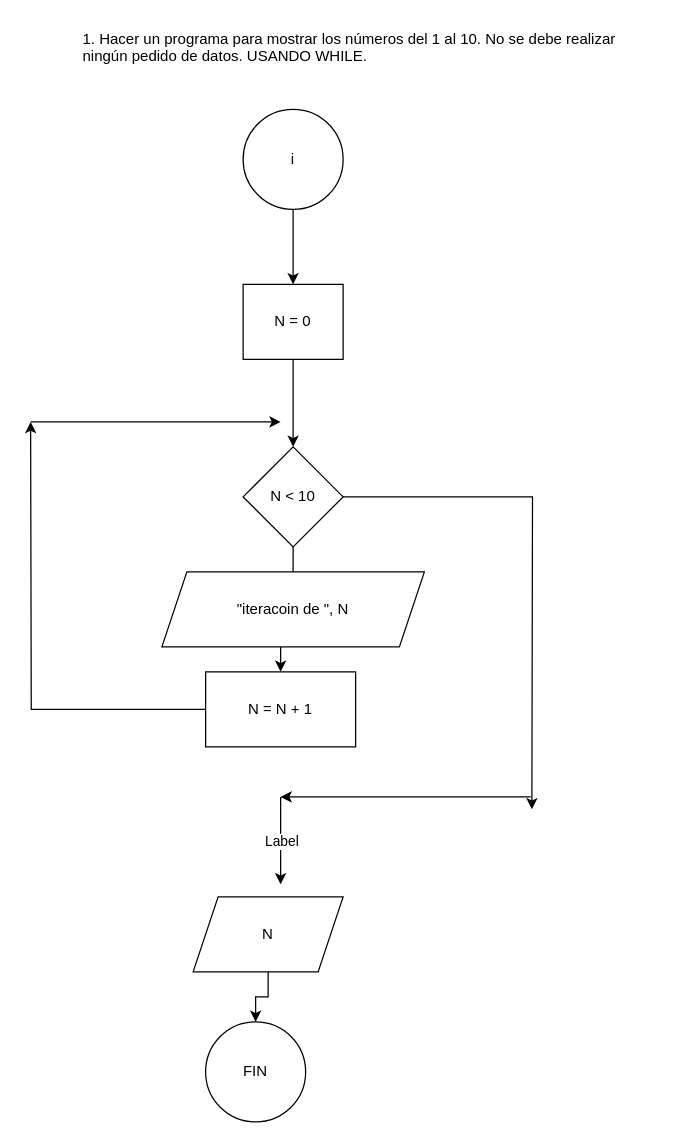
Before: page "Página-1" (1 of 6) of Diagrama sin título.drawio in omaryuri9594/algoritmo_advanced.io, a draw.io diagram. Source tidied: cells renumbered, new cells numbered last; positions are measured from the earlier drawing's top-left corner, leaving out a move shared by most shapes. Both pictures are drawn from the tidied source at 125%, with x=0, y=0 at pixel (30, 21).
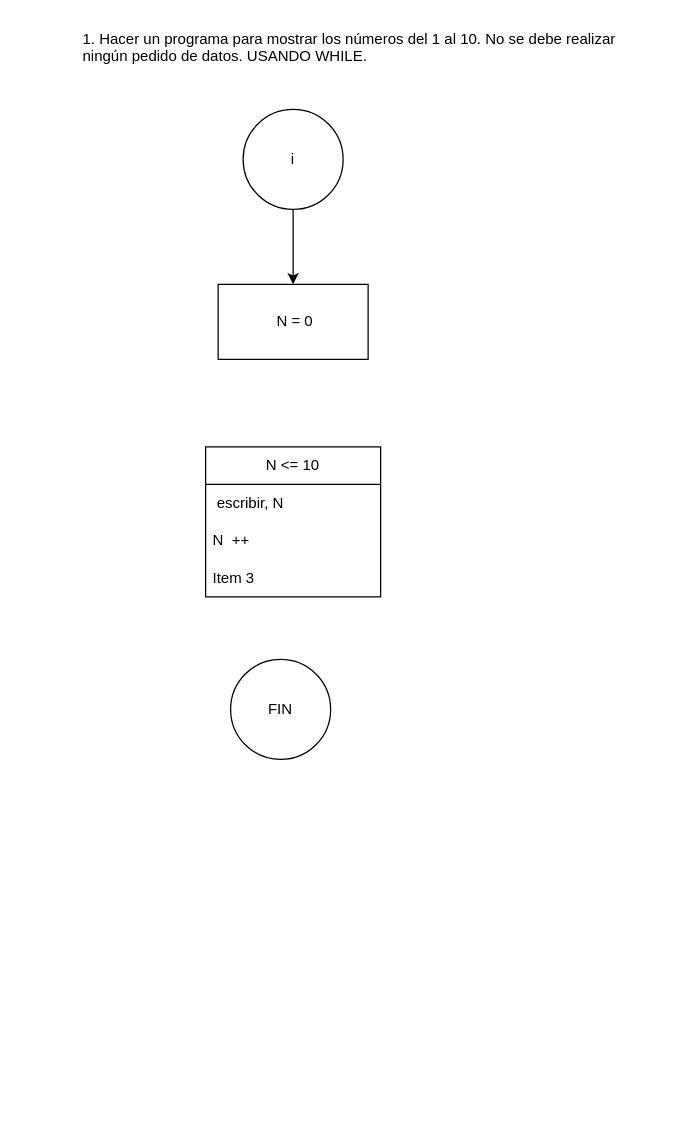
After the change.

Unchanged cells that the change refers to:
```xml
<mxCell id="4" value="i" style="ellipse;whiteSpace=wrap;html=1;" parent="1" vertex="1">
  <mxGeometry x="170" y="70" width="80" height="80" as="geometry" />
</mxCell>
```

The edit, as a diff of the source:
```diff
@@
-    <mxCell id="3" style="edgeStyle=orthogonalEdgeStyle;rounded=0;jettySize=auto;html=1;" parent="1" edge="1" source="4" target="6">
-      <mxGeometry relative="1" as="geometry" />
+    <mxCell id="3" style="edgeStyle=orthogonalEdgeStyle;rounded=0;jettySize=auto;html=1;" parent="1" edge="1" source="4">
+      <mxGeometry relative="1" as="geometry">
+        <mxPoint x="210" y="210" as="targetPoint" />
+      </mxGeometry>
     </mxCell>
@@
-    <mxCell id="5" style="edgeStyle=orthogonalEdgeStyle;rounded=0;jettySize=auto;html=1;" parent="1" edge="1" source="6" target="11">
-      <mxGeometry relative="1" as="geometry" />
-    </mxCell>
-    <mxCell id="6" value="N = 0" style="whiteSpace=wrap;html=1;" parent="1" vertex="1">
-      <mxGeometry x="170" y="210" width="80" height="60" as="geometry" />
+    <mxCell id="6" value="&amp;nbsp;N = 0" style="whiteSpace=wrap;html=1;" parent="1" vertex="1">
+      <mxGeometry x="150" y="210" width="120" height="60" as="geometry" />
     </mxCell>
-    <mxCell id="7" style="edgeStyle=orthogonalEdgeStyle;rounded=0;jettySize=auto;html=1;" parent="1" edge="1" source="8" target="19">
-      <mxGeometry relative="1" as="geometry" />
-    </mxCell>
-    <mxCell id="8" value="N" style="shape=parallelogram;perimeter=parallelogramPerimeter;whiteSpace=wrap;html=1;fixedSize=1;" parent="1" vertex="1">
-      <mxGeometry x="130" y="700" width="120" height="60" as="geometry" />
-    </mxCell>
-    <mxCell id="9" style="edgeStyle=orthogonalEdgeStyle;rounded=0;jettySize=auto;html=1;" parent="1" edge="1" source="11" target="14">
-      <mxGeometry relative="1" as="geometry" />
-    </mxCell>
-    <mxCell id="10" style="edgeStyle=orthogonalEdgeStyle;rounded=0;jettySize=auto;html=1;" parent="1" edge="1" source="11">
-      <mxGeometry relative="1" as="geometry">
-        <mxPoint x="401" y="630" as="targetPoint" />
-      </mxGeometry>
-    </mxCell>
-    <mxCell id="11" value="N &amp;lt; 10" style="rhombus;whiteSpace=wrap;html=1;" parent="1" vertex="1">
-      <mxGeometry x="170" y="340" width="80" height="80" as="geometry" />
-    </mxCell>
-    <mxCell id="12" value="&quot;iteracoin de &quot;, N" style="shape=parallelogram;perimeter=parallelogramPerimeter;whiteSpace=wrap;html=1;fixedSize=1;" parent="1" vertex="1">
-      <mxGeometry x="105" y="440" width="210" height="60" as="geometry" />
-    </mxCell>
-    <mxCell id="13" style="edgeStyle=orthogonalEdgeStyle;rounded=0;jettySize=auto;html=1;" parent="1" edge="1" source="14">
-      <mxGeometry relative="1" as="geometry">
-        <mxPoint y="320" as="targetPoint" />
-      </mxGeometry>
-    </mxCell>
-    <mxCell id="14" value="N = N + 1" style="whiteSpace=wrap;html=1;" parent="1" vertex="1">
-      <mxGeometry x="140" y="520" width="120" height="60" as="geometry" />
-    </mxCell>
-    <mxCell id="15" style="endArrow=classic;html=1;rounded=0;" parent="1" edge="1">
-      <mxGeometry relative="1" as="geometry">
-        <mxPoint y="320" as="sourcePoint" />
-        <mxPoint x="200" y="320" as="targetPoint" />
-      </mxGeometry>
-    </mxCell>
-    <mxCell id="16" style="endArrow=classic;html=1;rounded=0;" parent="1" edge="1">
-      <mxGeometry relative="1" as="geometry">
-        <mxPoint x="400" y="620" as="sourcePoint" />
-        <mxPoint x="200" y="620" as="targetPoint" />
-      </mxGeometry>
-    </mxCell>
-    <mxCell id="17" style="endArrow=classic;html=1;rounded=0;" parent="1" edge="1">
-      <mxGeometry relative="1" as="geometry">
-        <mxPoint x="200" y="620" as="sourcePoint" />
-        <mxPoint x="200" y="690" as="targetPoint" />
-      </mxGeometry>
-    </mxCell>
-    <mxCell id="18" value="Label" style="edgeLabel;html=1;align=center;verticalAlign=middle;" parent="17" vertex="1">
-      <mxGeometry relative="1" as="geometry" />
-    </mxCell>
+    <mxCell id="20" value="N &amp;lt;= 10" style="swimlane;fontStyle=0;horizontal=1;startSize=30;whiteSpace=wrap;html=1;" parent="1" vertex="1">
+      <mxGeometry x="140" y="340" width="140" height="120" as="geometry" />
+    </mxCell>
+    <mxCell id="21" value="&amp;nbsp;escribir, N" style="text;strokeColor=none;fillColor=none;align=left;verticalAlign=middle;spacingLeft=4;spacingRight=4;overflow=hidden;whiteSpace=wrap;html=1;" parent="20" vertex="1">
+      <mxGeometry y="30" width="140" height="30" as="geometry" />
+    </mxCell>
+    <mxCell id="22" value="N&amp;nbsp; ++" style="text;strokeColor=none;fillColor=none;align=left;verticalAlign=middle;spacingLeft=4;spacingRight=4;overflow=hidden;whiteSpace=wrap;html=1;" parent="20" vertex="1">
+      <mxGeometry y="60" width="140" height="30" as="geometry" />
+    </mxCell>
+    <mxCell id="23" value="Item 3" style="text;strokeColor=none;fillColor=none;align=left;verticalAlign=middle;spacingLeft=4;spacingRight=4;overflow=hidden;whiteSpace=wrap;html=1;" parent="20" vertex="1">
+      <mxGeometry y="90" width="140" height="30" as="geometry" />
+    </mxCell>
     <mxCell id="19" value="FIN" style="ellipse;whiteSpace=wrap;html=1;" parent="1" vertex="1">
-      <mxGeometry x="140" y="800" width="80" height="80" as="geometry" />
+      <mxGeometry x="160" y="510" width="80" height="80" as="geometry" />
     </mxCell>
```
